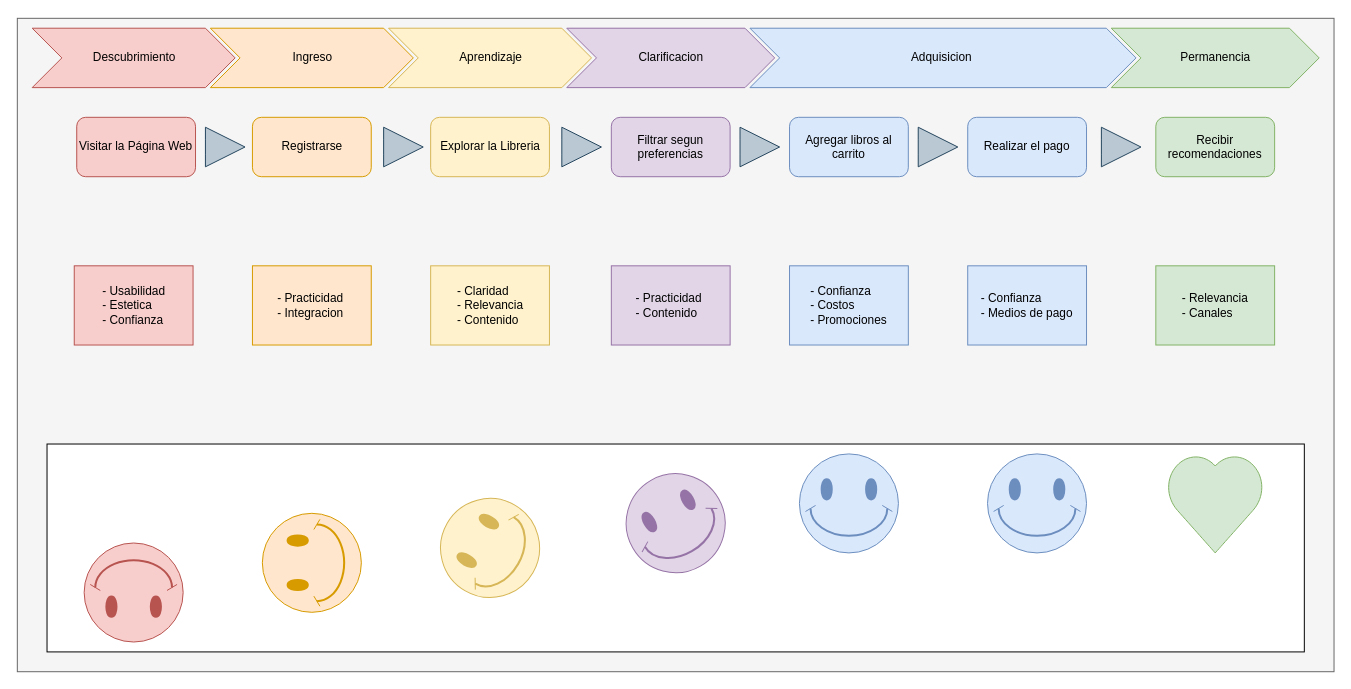
Before: page "Main" (1 of 2) of client journey.drawio in segurajhona/arqui-katas, a draw.io diagram. Source tidied: cells renumbered, new cells numbered last; positions are measured from the earlier drawing's top-left corner, leaving out a move shared by most shapes. Both pictures are drawn from the tidied source at 99%, with x=0, y=0 at pixel (17, 18).
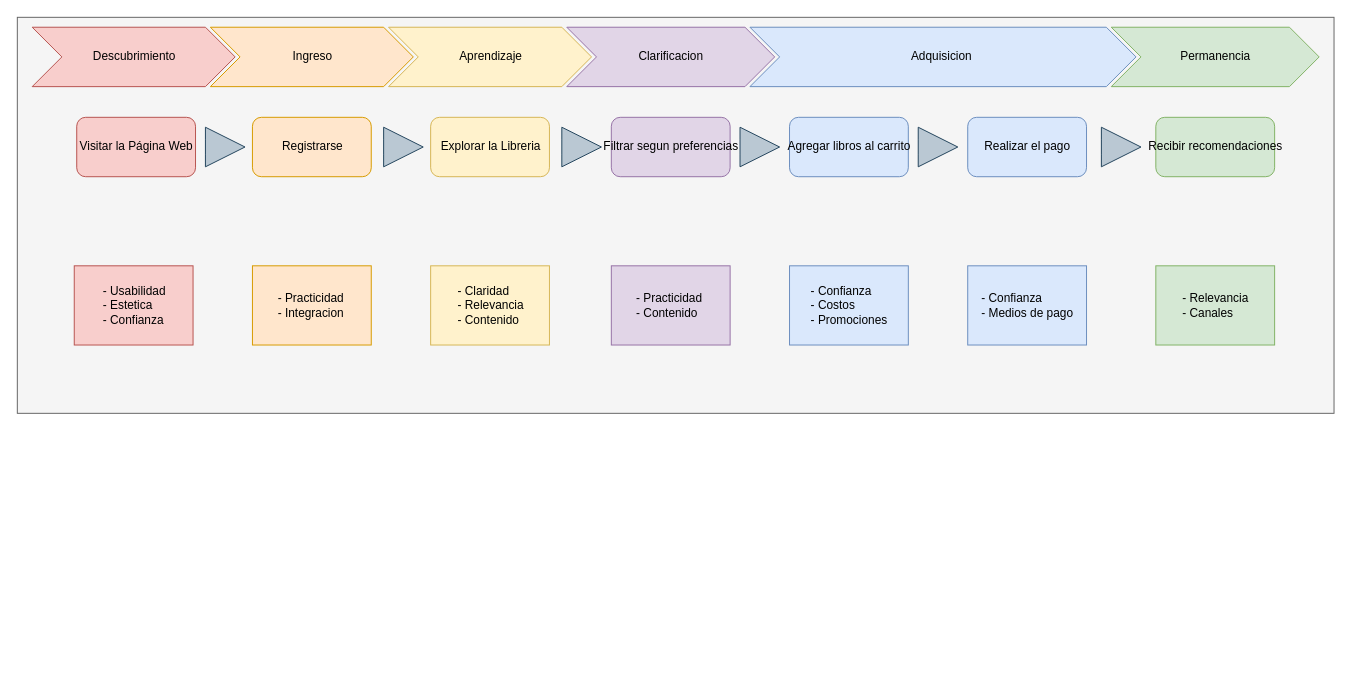
After the change.

Commit message (it also covers changes not shown here):
Puliendo detalles de presentacion

What changed in the source:
```diff
@@
-    <mxCell id="2" style="rounded=0;whiteSpace=wrap;html=1;fillColor=#f5f5f5;fontColor=#333333;strokeColor=#666666;" parent="1" vertex="1">
-      <mxGeometry width="1330" height="660" as="geometry" />
+    <mxCell id="2" style="rounded=0;html=1;fillColor=#f5f5f5;fontColor=#000000;strokeColor=#666666;labelBackgroundColor=none;labelBorderColor=none;" parent="1" vertex="1">
+      <mxGeometry y="-1" width="1330" height="400" as="geometry" />
     </mxCell>
-    <mxCell id="3" value="Visitar la Página Web" style="rounded=1;whiteSpace=wrap;html=1;fillColor=#f8cecc;strokeColor=#b85450;" parent="1" vertex="1">
+    <mxCell id="3" value="Visitar la Página Web" style="rounded=1;html=1;fillColor=#f8cecc;strokeColor=#b85450;labelBackgroundColor=none;labelBorderColor=none;fontColor=#000000;" parent="1" vertex="1">
       <mxGeometry x="60" y="100" width="120" height="60" as="geometry" />
     </mxCell>
-    <mxCell id="4" value="Registrarse" style="rounded=1;whiteSpace=wrap;html=1;fillColor=#ffe6cc;strokeColor=#d79b00;" parent="1" vertex="1">
+    <mxCell id="4" value="Registrarse" style="rounded=1;html=1;fillColor=#ffe6cc;strokeColor=#d79b00;labelBackgroundColor=none;labelBorderColor=none;fontColor=#000000;" parent="1" vertex="1">
       <mxGeometry x="237.5" y="100" width="120" height="60" as="geometry" />
     </mxCell>
-    <mxCell id="5" value="Explorar la Libreria" style="rounded=1;whiteSpace=wrap;html=1;fillColor=#fff2cc;strokeColor=#d6b656;" parent="1" vertex="1">
+    <mxCell id="5" value="Explorar la Libreria" style="rounded=1;html=1;fillColor=#fff2cc;strokeColor=#d6b656;labelBackgroundColor=none;labelBorderColor=none;fontColor=#000000;" parent="1" vertex="1">
       <mxGeometry x="417.5" y="100" width="120" height="60" as="geometry" />
     </mxCell>
-    <mxCell id="6" value="Descubrimiento" style="html=1;shadow=0;dashed=0;align=center;verticalAlign=middle;shape=mxgraph.arrows2.arrow;dy=0;dx=30;notch=30;fillColor=#f8cecc;strokeColor=#b85450;" parent="1" vertex="1">
-      <mxGeometry x="15" y="10" width="205" height="60" as="geometry" />
+    <mxCell id="6" value="Descubrimiento" style="html=1;shadow=0;dashed=0;align=center;verticalAlign=middle;shape=mxgraph.arrows2.arrow;dy=0;dx=30;notch=30;fillColor=#f8cecc;strokeColor=#b85450;labelBackgroundColor=none;labelBorderColor=none;fontColor=#000000;" parent="1" vertex="1">
+      <mxGeometry x="15" y="9" width="205" height="60" as="geometry" />
     </mxCell>
-    <mxCell id="7" value="Ingreso" style="html=1;shadow=0;dashed=0;align=center;verticalAlign=middle;shape=mxgraph.arrows2.arrow;dy=0;dx=30;notch=30;fillColor=#ffe6cc;strokeColor=#d79b00;" parent="1" vertex="1">
-      <mxGeometry x="195" y="10" width="205" height="60" as="geometry" />
+    <mxCell id="7" value="Ingreso" style="html=1;shadow=0;dashed=0;align=center;verticalAlign=middle;shape=mxgraph.arrows2.arrow;dy=0;dx=30;notch=30;fillColor=#ffe6cc;strokeColor=#d79b00;labelBackgroundColor=none;labelBorderColor=none;fontColor=#000000;" parent="1" vertex="1">
+      <mxGeometry x="195" y="9" width="205" height="60" as="geometry" />
     </mxCell>
-    <mxCell id="8" value="Aprendizaje" style="html=1;shadow=0;dashed=0;align=center;verticalAlign=middle;shape=mxgraph.arrows2.arrow;dy=0;dx=30;notch=30;fillColor=#fff2cc;strokeColor=#d6b656;" parent="1" vertex="1">
-      <mxGeometry x="375" y="10" width="205" height="60" as="geometry" />
+    <mxCell id="8" value="Aprendizaje" style="html=1;shadow=0;dashed=0;align=center;verticalAlign=middle;shape=mxgraph.arrows2.arrow;dy=0;dx=30;notch=30;fillColor=#fff2cc;strokeColor=#d6b656;labelBackgroundColor=none;labelBorderColor=none;fontColor=#000000;" parent="1" vertex="1">
+      <mxGeometry x="375" y="9" width="205" height="60" as="geometry" />
     </mxCell>
-    <mxCell id="9" style="html=1;shadow=0;dashed=0;align=center;verticalAlign=middle;shape=mxgraph.arrows2.arrow;dy=0.6;dx=40;notch=0;fillColor=#bac8d3;strokeColor=#23445d;" parent="1" vertex="1">
+    <mxCell id="9" style="html=1;shadow=0;dashed=0;align=center;verticalAlign=middle;shape=mxgraph.arrows2.arrow;dy=0.6;dx=40;notch=0;fillColor=#bac8d3;strokeColor=#23445d;labelBackgroundColor=none;labelBorderColor=none;fontColor=#000000;" parent="1" vertex="1">
       <mxGeometry x="190" y="110" width="40" height="40" as="geometry" />
     </mxCell>
-    <mxCell id="10" style="html=1;shadow=0;dashed=0;align=center;verticalAlign=middle;shape=mxgraph.arrows2.arrow;dy=0.6;dx=40;notch=0;fillColor=#bac8d3;strokeColor=#23445d;" parent="1" vertex="1">
+    <mxCell id="10" style="html=1;shadow=0;dashed=0;align=center;verticalAlign=middle;shape=mxgraph.arrows2.arrow;dy=0.6;dx=40;notch=0;fillColor=#bac8d3;strokeColor=#23445d;labelBackgroundColor=none;labelBorderColor=none;fontColor=#000000;" parent="1" vertex="1">
       <mxGeometry x="370" y="110" width="40" height="40" as="geometry" />
     </mxCell>
-    <mxCell id="11" value="Agregar libros al carrito" style="rounded=1;whiteSpace=wrap;html=1;fillColor=#dae8fc;strokeColor=#6c8ebf;" parent="1" vertex="1">
+    <mxCell id="11" value="Agregar libros al carrito" style="rounded=1;html=1;fillColor=#dae8fc;strokeColor=#6c8ebf;labelBackgroundColor=none;labelBorderColor=none;fontColor=#000000;" parent="1" vertex="1">
       <mxGeometry x="780" y="100" width="120" height="60" as="geometry" />
     </mxCell>
-    <mxCell id="12" value="Adquisicion&amp;nbsp;" style="html=1;shadow=0;dashed=0;align=center;verticalAlign=middle;shape=mxgraph.arrows2.arrow;dy=0;dx=30;notch=30;fillColor=#dae8fc;strokeColor=#6c8ebf;" parent="1" vertex="1">
-      <mxGeometry x="740" y="10" width="390" height="60" as="geometry" />
+    <mxCell id="12" value="Adquisicion&amp;nbsp;" style="html=1;shadow=0;dashed=0;align=center;verticalAlign=middle;shape=mxgraph.arrows2.arrow;dy=0;dx=30;notch=30;fillColor=#dae8fc;strokeColor=#6c8ebf;labelBackgroundColor=none;labelBorderColor=none;fontColor=#000000;" parent="1" vertex="1">
+      <mxGeometry x="740" y="9" width="390" height="60" as="geometry" />
     </mxCell>
-    <mxCell id="13" style="html=1;shadow=0;dashed=0;align=center;verticalAlign=middle;shape=mxgraph.arrows2.arrow;dy=0.6;dx=40;notch=0;fillColor=#bac8d3;strokeColor=#23445d;" parent="1" vertex="1">
+    <mxCell id="13" style="html=1;shadow=0;dashed=0;align=center;verticalAlign=middle;shape=mxgraph.arrows2.arrow;dy=0.6;dx=40;notch=0;fillColor=#bac8d3;strokeColor=#23445d;labelBackgroundColor=none;labelBorderColor=none;fontColor=#000000;" parent="1" vertex="1">
       <mxGeometry x="550" y="110" width="40" height="40" as="geometry" />
     </mxCell>
-    <mxCell id="14" value="Realizar el pago" style="rounded=1;whiteSpace=wrap;html=1;fillColor=#dae8fc;strokeColor=#6c8ebf;" parent="1" vertex="1">
+    <mxCell id="14" value="Realizar el pago" style="rounded=1;html=1;fillColor=#dae8fc;strokeColor=#6c8ebf;labelBackgroundColor=none;labelBorderColor=none;fontColor=#000000;" parent="1" vertex="1">
       <mxGeometry x="960" y="100" width="120" height="60" as="geometry" />
     </mxCell>
-    <mxCell id="15" style="html=1;shadow=0;dashed=0;align=center;verticalAlign=middle;shape=mxgraph.arrows2.arrow;dy=0.6;dx=40;notch=0;fillColor=#bac8d3;strokeColor=#23445d;" parent="1" vertex="1">
+    <mxCell id="15" style="html=1;shadow=0;dashed=0;align=center;verticalAlign=middle;shape=mxgraph.arrows2.arrow;dy=0.6;dx=40;notch=0;fillColor=#bac8d3;strokeColor=#23445d;labelBackgroundColor=none;labelBorderColor=none;fontColor=#000000;" parent="1" vertex="1">
       <mxGeometry x="910" y="110" width="40" height="40" as="geometry" />
     </mxCell>
-    <mxCell id="16" value="Recibir recomendaciones" style="rounded=1;whiteSpace=wrap;html=1;fillColor=#d5e8d4;strokeColor=#82b366;" parent="1" vertex="1">
+    <mxCell id="16" value="Recibir recomendaciones" style="rounded=1;html=1;fillColor=#d5e8d4;strokeColor=#82b366;labelBackgroundColor=none;labelBorderColor=none;fontColor=#000000;" parent="1" vertex="1">
       <mxGeometry x="1150" y="100" width="120" height="60" as="geometry" />
     </mxCell>
-    <mxCell id="17" style="html=1;shadow=0;dashed=0;align=center;verticalAlign=middle;shape=mxgraph.arrows2.arrow;dy=0.6;dx=40;notch=0;fillColor=#bac8d3;strokeColor=#23445d;" parent="1" vertex="1">
+    <mxCell id="17" style="html=1;shadow=0;dashed=0;align=center;verticalAlign=middle;shape=mxgraph.arrows2.arrow;dy=0.6;dx=40;notch=0;fillColor=#bac8d3;strokeColor=#23445d;labelBackgroundColor=none;labelBorderColor=none;fontColor=#000000;" parent="1" vertex="1">
       <mxGeometry x="1095" y="110" width="40" height="40" as="geometry" />
     </mxCell>
-    <mxCell id="18" value="Permanencia" style="html=1;shadow=0;dashed=0;align=center;verticalAlign=middle;shape=mxgraph.arrows2.arrow;dy=0;dx=30;notch=30;fillColor=#d5e8d4;strokeColor=#82b366;" parent="1" vertex="1">
-      <mxGeometry x="1105" y="10" width="210" height="60" as="geometry" />
+    <mxCell id="18" value="Permanencia" style="html=1;shadow=0;dashed=0;align=center;verticalAlign=middle;shape=mxgraph.arrows2.arrow;dy=0;dx=30;notch=30;fillColor=#d5e8d4;strokeColor=#82b366;labelBackgroundColor=none;labelBorderColor=none;fontColor=#000000;" parent="1" vertex="1">
+      <mxGeometry x="1105" y="9" width="210" height="60" as="geometry" />
     </mxCell>
-    <mxCell id="19" value="Filtrar segun preferencias" style="rounded=1;whiteSpace=wrap;html=1;fillColor=#e1d5e7;strokeColor=#9673a6;" parent="1" vertex="1">
+    <mxCell id="19" value="Filtrar segun preferencias" style="rounded=1;html=1;fillColor=#e1d5e7;strokeColor=#9673a6;labelBackgroundColor=none;labelBorderColor=none;fontColor=#000000;" parent="1" vertex="1">
       <mxGeometry x="600" y="100" width="120" height="60" as="geometry" />
     </mxCell>
-    <mxCell id="20" style="html=1;shadow=0;dashed=0;align=center;verticalAlign=middle;shape=mxgraph.arrows2.arrow;dy=0.6;dx=40;notch=0;fillColor=#bac8d3;strokeColor=#23445d;" parent="1" vertex="1">
+    <mxCell id="20" style="html=1;shadow=0;dashed=0;align=center;verticalAlign=middle;shape=mxgraph.arrows2.arrow;dy=0.6;dx=40;notch=0;fillColor=#bac8d3;strokeColor=#23445d;labelBackgroundColor=none;labelBorderColor=none;fontColor=#000000;" parent="1" vertex="1">
       <mxGeometry x="730" y="110" width="40" height="40" as="geometry" />
     </mxCell>
-    <mxCell id="21" value="Clarificacion" style="html=1;shadow=0;dashed=0;align=center;verticalAlign=middle;shape=mxgraph.arrows2.arrow;dy=0;dx=30;notch=30;fillColor=#e1d5e7;strokeColor=#9673a6;" parent="1" vertex="1">
-      <mxGeometry x="555" y="10" width="210" height="60" as="geometry" />
+    <mxCell id="21" value="Clarificacion" style="html=1;shadow=0;dashed=0;align=center;verticalAlign=middle;shape=mxgraph.arrows2.arrow;dy=0;dx=30;notch=30;fillColor=#e1d5e7;strokeColor=#9673a6;labelBackgroundColor=none;labelBorderColor=none;fontColor=#000000;" parent="1" vertex="1">
+      <mxGeometry x="555" y="9" width="210" height="60" as="geometry" />
     </mxCell>
-    <mxCell id="22" value="&lt;div style=&quot;text-align: left;&quot;&gt;&lt;span style=&quot;background-color: initial;&quot;&gt;- Usabilidad&lt;/span&gt;&lt;/div&gt;&lt;div style=&quot;text-align: left;&quot;&gt;&lt;span style=&quot;background-color: initial;&quot;&gt;- Estetica&lt;/span&gt;&lt;/div&gt;&lt;div style=&quot;text-align: left;&quot;&gt;&lt;span style=&quot;background-color: initial;&quot;&gt;- Confianza&lt;/span&gt;&lt;/div&gt;" style="rounded=0;whiteSpace=wrap;html=1;fillColor=#f8cecc;strokeColor=#b85450;" parent="1" vertex="1">
+    <mxCell id="22" value="&lt;div style=&quot;text-align: left;&quot;&gt;&lt;span style=&quot;&quot;&gt;- Usabilidad&lt;/span&gt;&lt;/div&gt;&lt;div style=&quot;text-align: left;&quot;&gt;&lt;span style=&quot;&quot;&gt;- Estetica&lt;/span&gt;&lt;/div&gt;&lt;div style=&quot;text-align: left;&quot;&gt;&lt;span style=&quot;&quot;&gt;- Confianza&lt;/span&gt;&lt;/div&gt;" style="rounded=0;html=1;fillColor=#f8cecc;strokeColor=#b85450;labelBackgroundColor=none;labelBorderColor=none;fontColor=#000000;" parent="1" vertex="1">
       <mxGeometry x="57.5" y="250" width="120" height="80" as="geometry" />
     </mxCell>
-    <mxCell id="23" value="&lt;div style=&quot;text-align: left;&quot;&gt;- Claridad&lt;/div&gt;&lt;div style=&quot;text-align: left;&quot;&gt;- Relevancia&lt;/div&gt;&lt;div style=&quot;text-align: left;&quot;&gt;- Contenido&lt;/div&gt;" style="rounded=0;whiteSpace=wrap;html=1;fillColor=#fff2cc;strokeColor=#d6b656;" parent="1" vertex="1">
+    <mxCell id="23" value="&lt;div style=&quot;text-align: left;&quot;&gt;- Claridad&lt;/div&gt;&lt;div style=&quot;text-align: left;&quot;&gt;- Relevancia&lt;/div&gt;&lt;div style=&quot;text-align: left;&quot;&gt;- Contenido&lt;/div&gt;" style="rounded=0;html=1;fillColor=#fff2cc;strokeColor=#d6b656;labelBackgroundColor=none;labelBorderColor=none;fontColor=#000000;" parent="1" vertex="1">
       <mxGeometry x="417.5" y="250" width="120" height="80" as="geometry" />
     </mxCell>
-    <mxCell id="24" value="&lt;div style=&quot;text-align: left;&quot;&gt;&lt;span style=&quot;background-color: initial;&quot;&gt;&lt;br&gt;&lt;/span&gt;&lt;/div&gt;&lt;div style=&quot;text-align: left;&quot;&gt;&lt;span style=&quot;background-color: initial;&quot;&gt;- Practicidad&amp;nbsp;&lt;/span&gt;&lt;br&gt;&lt;/div&gt;&lt;div style=&quot;text-align: left;&quot;&gt;&lt;span style=&quot;background-color: initial;&quot;&gt;- Contenido&lt;/span&gt;&lt;/div&gt;&lt;div style=&quot;text-align: left;&quot;&gt;&lt;br&gt;&lt;/div&gt;" style="rounded=0;whiteSpace=wrap;html=1;fillColor=#e1d5e7;strokeColor=#9673a6;" parent="1" vertex="1">
+    <mxCell id="24" value="&lt;div style=&quot;text-align: left;&quot;&gt;&lt;span style=&quot;&quot;&gt;&lt;br&gt;&lt;/span&gt;&lt;/div&gt;&lt;div style=&quot;text-align: left;&quot;&gt;&lt;span style=&quot;&quot;&gt;- Practicidad&amp;nbsp;&lt;/span&gt;&lt;br&gt;&lt;/div&gt;&lt;div style=&quot;text-align: left;&quot;&gt;&lt;span style=&quot;&quot;&gt;- Contenido&lt;/span&gt;&lt;/div&gt;&lt;div style=&quot;text-align: left;&quot;&gt;&lt;br&gt;&lt;/div&gt;" style="rounded=0;html=1;fillColor=#e1d5e7;strokeColor=#9673a6;labelBackgroundColor=none;labelBorderColor=none;fontColor=#000000;" parent="1" vertex="1">
       <mxGeometry x="600" y="250" width="120" height="80" as="geometry" />
     </mxCell>
-    <mxCell id="25" value="&lt;div style=&quot;text-align: left;&quot;&gt;&lt;div&gt;- Practicidad&lt;/div&gt;&lt;div&gt;- Integracion&lt;span style=&quot;background-color: initial;&quot;&gt;&amp;nbsp;&lt;/span&gt;&lt;/div&gt;&lt;/div&gt;" style="rounded=0;whiteSpace=wrap;html=1;fillColor=#ffe6cc;strokeColor=#d79b00;" parent="1" vertex="1">
+    <mxCell id="25" value="&lt;div style=&quot;text-align: left;&quot;&gt;&lt;div&gt;- Practicidad&lt;/div&gt;&lt;div&gt;- Integracion&lt;span style=&quot;&quot;&gt;&amp;nbsp;&lt;/span&gt;&lt;/div&gt;&lt;/div&gt;" style="rounded=0;html=1;fillColor=#ffe6cc;strokeColor=#d79b00;labelBackgroundColor=none;labelBorderColor=none;fontColor=#000000;" parent="1" vertex="1">
       <mxGeometry x="237.5" y="250" width="120" height="80" as="geometry" />
     </mxCell>
-    <mxCell id="26" value="&lt;div style=&quot;text-align: left;&quot;&gt;- Confianza&amp;nbsp;&lt;/div&gt;&lt;div style=&quot;text-align: left;&quot;&gt;- Costos&amp;nbsp;&lt;/div&gt;&lt;div style=&quot;text-align: left;&quot;&gt;- Promociones&lt;/div&gt;" style="rounded=0;whiteSpace=wrap;html=1;fillColor=#dae8fc;strokeColor=#6c8ebf;" parent="1" vertex="1">
+    <mxCell id="26" value="&lt;div style=&quot;text-align: left;&quot;&gt;- Confianza&amp;nbsp;&lt;/div&gt;&lt;div style=&quot;text-align: left;&quot;&gt;- Costos&amp;nbsp;&lt;/div&gt;&lt;div style=&quot;text-align: left;&quot;&gt;- Promociones&lt;/div&gt;" style="rounded=0;html=1;fillColor=#dae8fc;strokeColor=#6c8ebf;labelBackgroundColor=none;labelBorderColor=none;fontColor=#000000;" parent="1" vertex="1">
       <mxGeometry x="780" y="250" width="120" height="80" as="geometry" />
     </mxCell>
-    <mxCell id="27" value="&lt;div style=&quot;text-align: left;&quot;&gt;- Confianza&lt;/div&gt;&lt;div style=&quot;text-align: left;&quot;&gt;- Medios de pago&lt;/div&gt;" style="rounded=0;whiteSpace=wrap;html=1;fillColor=#dae8fc;strokeColor=#6c8ebf;" parent="1" vertex="1">
+    <mxCell id="27" value="&lt;div style=&quot;text-align: left;&quot;&gt;- Confianza&lt;/div&gt;&lt;div style=&quot;text-align: left;&quot;&gt;- Medios de pago&lt;/div&gt;" style="rounded=0;html=1;fillColor=#dae8fc;strokeColor=#6c8ebf;labelBackgroundColor=none;labelBorderColor=none;fontColor=#000000;" parent="1" vertex="1">
       <mxGeometry x="960" y="250" width="120" height="80" as="geometry" />
     </mxCell>
-    <mxCell id="28" value="&lt;div style=&quot;text-align: left;&quot;&gt;- Relevancia&lt;/div&gt;&lt;div style=&quot;text-align: left;&quot;&gt;- Canales&lt;/div&gt;" style="rounded=0;whiteSpace=wrap;html=1;fillColor=#d5e8d4;strokeColor=#82b366;" parent="1" vertex="1">
+    <mxCell id="28" value="&lt;div style=&quot;text-align: left;&quot;&gt;- Relevancia&lt;/div&gt;&lt;div style=&quot;text-align: left;&quot;&gt;- Canales&lt;/div&gt;" style="rounded=0;html=1;fillColor=#d5e8d4;strokeColor=#82b366;labelBackgroundColor=none;labelBorderColor=none;fontColor=#000000;" parent="1" vertex="1">
       <mxGeometry x="1150" y="250" width="120" height="80" as="geometry" />
     </mxCell>
-    <mxCell id="29" style="rounded=0;whiteSpace=wrap;html=1;" parent="1" vertex="1">
-      <mxGeometry x="30" y="430" width="1270" height="210" as="geometry" />
-    </mxCell>
-    <mxCell id="30" style="verticalLabelPosition=bottom;verticalAlign=top;html=1;shape=mxgraph.basic.smiley;fillColor=#dae8fc;strokeColor=#6c8ebf;" parent="1" vertex="1">
-      <mxGeometry x="790" y="440" width="100" height="100" as="geometry" />
-    </mxCell>
-    <mxCell id="31" style="verticalLabelPosition=bottom;verticalAlign=top;html=1;shape=mxgraph.basic.smiley;fillColor=#dae8fc;strokeColor=#6c8ebf;" parent="1" vertex="1">
-      <mxGeometry x="980" y="440" width="100" height="100" as="geometry" />
-    </mxCell>
-    <mxCell id="32" style="verticalLabelPosition=bottom;verticalAlign=top;html=1;shape=mxgraph.basic.heart;fillColor=#d5e8d4;strokeColor=#82b366;" parent="1" vertex="1">
-      <mxGeometry x="1160" y="440" width="100" height="100" as="geometry" />
-    </mxCell>
-    <mxCell id="33" style="verticalLabelPosition=bottom;verticalAlign=top;html=1;shape=mxgraph.basic.smiley;rotation=-30;fillColor=#e1d5e7;strokeColor=#9673a6;" parent="1" vertex="1">
-      <mxGeometry x="615" y="460" width="100" height="100" as="geometry" />
-    </mxCell>
-    <mxCell id="34" style="verticalLabelPosition=bottom;verticalAlign=top;html=1;shape=mxgraph.basic.smiley;rotation=-60;fillColor=#fff2cc;strokeColor=#d6b656;" parent="1" vertex="1">
-      <mxGeometry x="427.5" y="485" width="100" height="100" as="geometry" />
-    </mxCell>
-    <mxCell id="35" style="verticalLabelPosition=bottom;verticalAlign=top;html=1;shape=mxgraph.basic.smiley;rotation=-90;fillColor=#ffe6cc;strokeColor=#d79b00;" parent="1" vertex="1">
-      <mxGeometry x="247.5" y="500" width="100" height="100" as="geometry" />
-    </mxCell>
-    <mxCell id="36" style="verticalLabelPosition=bottom;verticalAlign=top;html=1;shape=mxgraph.basic.smiley;rotation=-180;fillColor=#f8cecc;strokeColor=#b85450;" parent="1" vertex="1">
-      <mxGeometry x="67.5" y="530" width="100" height="100" as="geometry" />
-    </mxCell>
```
